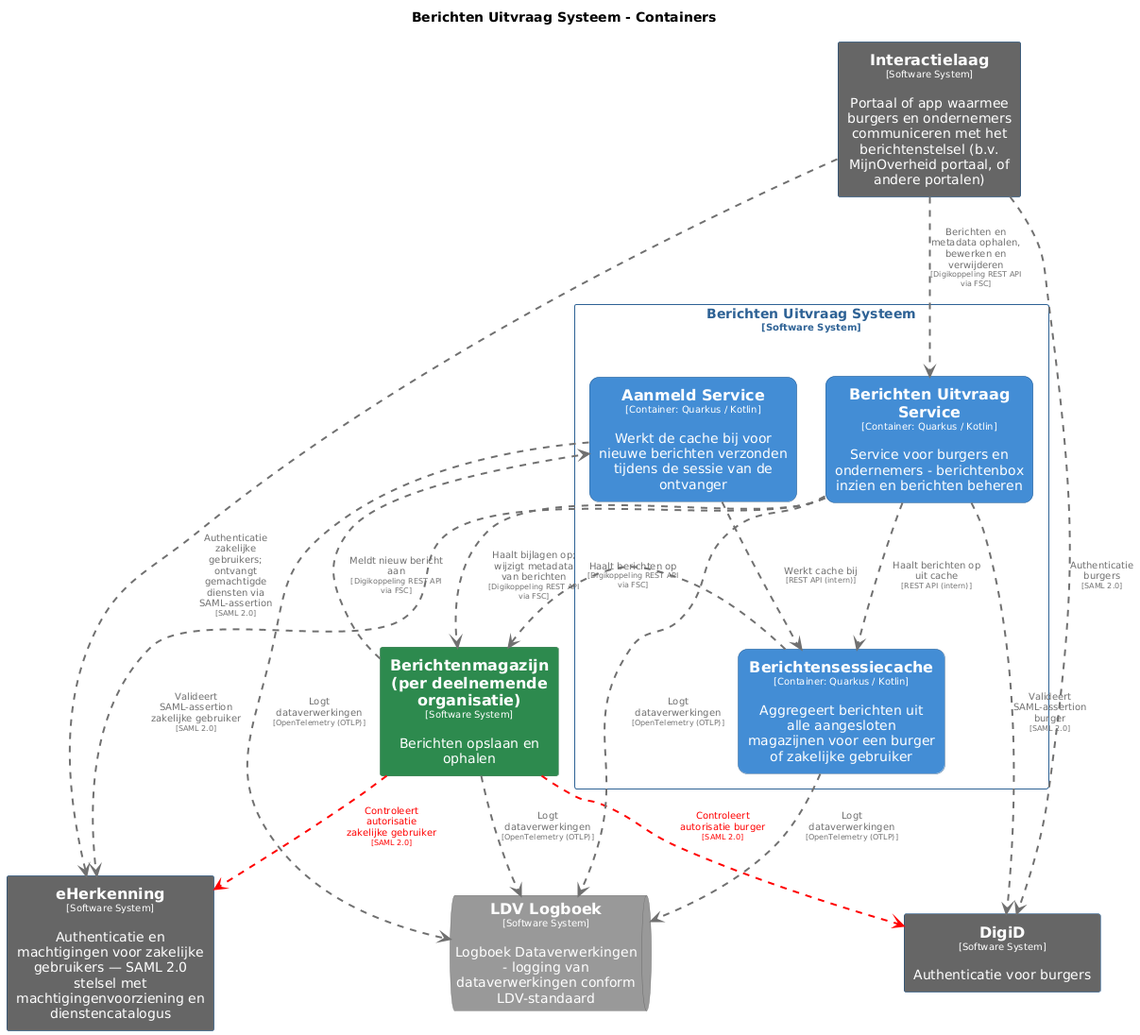
MinBZK/moza-poc-fbs-berichtenbox keeps this PlantUML diagram as pr-preview/pr-22/master/png/BerichtenUitvraagSysteemContainers.png. Above is the earlier version.
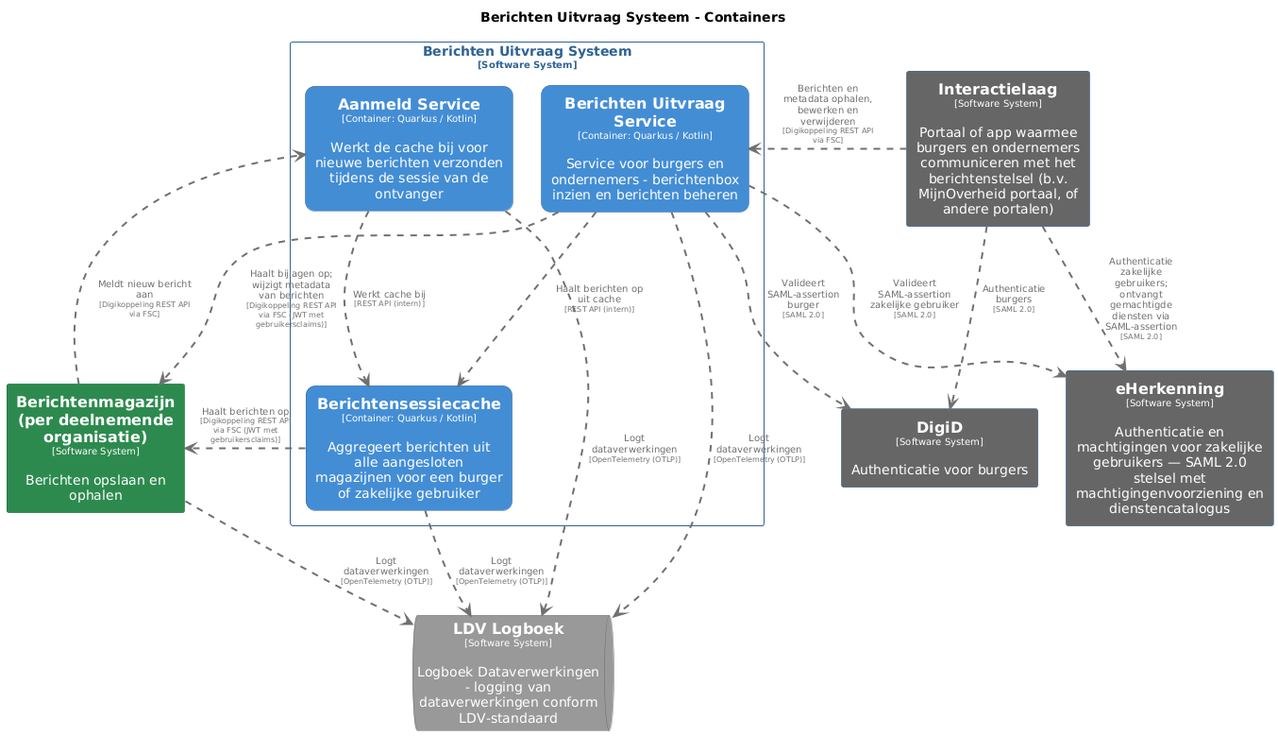
After the change.

Change to the diagram source:
```diff
@@ -84,9 +84,7 @@
   rectangle "==Aanmeld Service\n<size:10>[Container: Quarkus / Kotlin]</size>\n\nWerkt de cache bij voor nieuwe berichten verzonden tijdens de sessie van de ontvanger" <<BerichtenUitvraagSysteem.AanmeldService>> as BerichtenUitvraagSysteem.AanmeldService
 }
 
-BerichtenUitvraagSysteem.Berichtensessiecache .[#707070,thickness=2].> Berichtenmagazijnperdeelnemendeorganisatie : "<color:#707070>Haalt berichten op\n<color:#707070><size:8>[Digikoppeling REST API via FSC]</size>"
-Berichtenmagazijnperdeelnemendeorganisatie .[#ff0000,thickness=2].> eHerkenning : "<color:#ff0000>Controleert autorisatie zakelijke gebruiker\n<color:#ff0000><size:8>[SAML 2.0]</size>"
-Berichtenmagazijnperdeelnemendeorganisatie .[#ff0000,thickness=2].> DigiD : "<color:#ff0000>Controleert autorisatie burger\n<color:#ff0000><size:8>[SAML 2.0]</size>"
+BerichtenUitvraagSysteem.Berichtensessiecache .[#707070,thickness=2].> Berichtenmagazijnperdeelnemendeorganisatie : "<color:#707070>Haalt berichten op\n<color:#707070><size:8>[Digikoppeling REST API via FSC (JWT met gebruikersclaims)]</size>"
 Berichtenmagazijnperdeelnemendeorganisatie .[#707070,thickness=2].> LDVLogboek : "<color:#707070>Logt dataverwerkingen\n<color:#707070><size:8>[OpenTelemetry (OTLP)]</size>"
 BerichtenUitvraagSysteem.Berichtensessiecache .[#707070,thickness=2].> LDVLogboek : "<color:#707070>Logt dataverwerkingen\n<color:#707070><size:8>[OpenTelemetry (OTLP)]</size>"
 BerichtenUitvraagSysteem.AanmeldService .[#707070,thickness=2].> LDVLogboek : "<color:#707070>Logt dataverwerkingen\n<color:#707070><size:8>[OpenTelemetry (OTLP)]</size>"
@@ -98,6 +96,6 @@
 Interactielaag .[#707070,thickness=2].> eHerkenning : "<color:#707070>Authenticatie zakelijke gebruikers; ontvangt gemachtigde diensten via SAML-assertion\n<color:#707070><size:8>[SAML 2.0]</size>"
 BerichtenUitvraagSysteem.BerichtenUitvraagService .[#707070,thickness=2].> eHerkenning : "<color:#707070>Valideert SAML-assertion zakelijke gebruiker\n<color:#707070><size:8>[SAML 2.0]</size>"
 BerichtenUitvraagSysteem.BerichtenUitvraagService .[#707070,thickness=2].> DigiD : "<color:#707070>Valideert SAML-assertion burger\n<color:#707070><size:8>[SAML 2.0]</size>"
-BerichtenUitvraagSysteem.BerichtenUitvraagService .[#707070,thickness=2].> Berichtenmagazijnperdeelnemendeorganisatie : "<color:#707070>Haalt bijlagen op; wijzigt metadata van berichten\n<color:#707070><size:8>[Digikoppeling REST API via FSC]</size>"
+BerichtenUitvraagSysteem.BerichtenUitvraagService .[#707070,thickness=2].> Berichtenmagazijnperdeelnemendeorganisatie : "<color:#707070>Haalt bijlagen op; wijzigt metadata van berichten\n<color:#707070><size:8>[Digikoppeling REST API via FSC (JWT met gebruikersclaims)]</size>"
 Berichtenmagazijnperdeelnemendeorganisatie .[#707070,thickness=2].> BerichtenUitvraagSysteem.AanmeldService : "<color:#707070>Meldt nieuw bericht aan\n<color:#707070><size:8>[Digikoppeling REST API via FSC]</size>"
 @enduml
```
